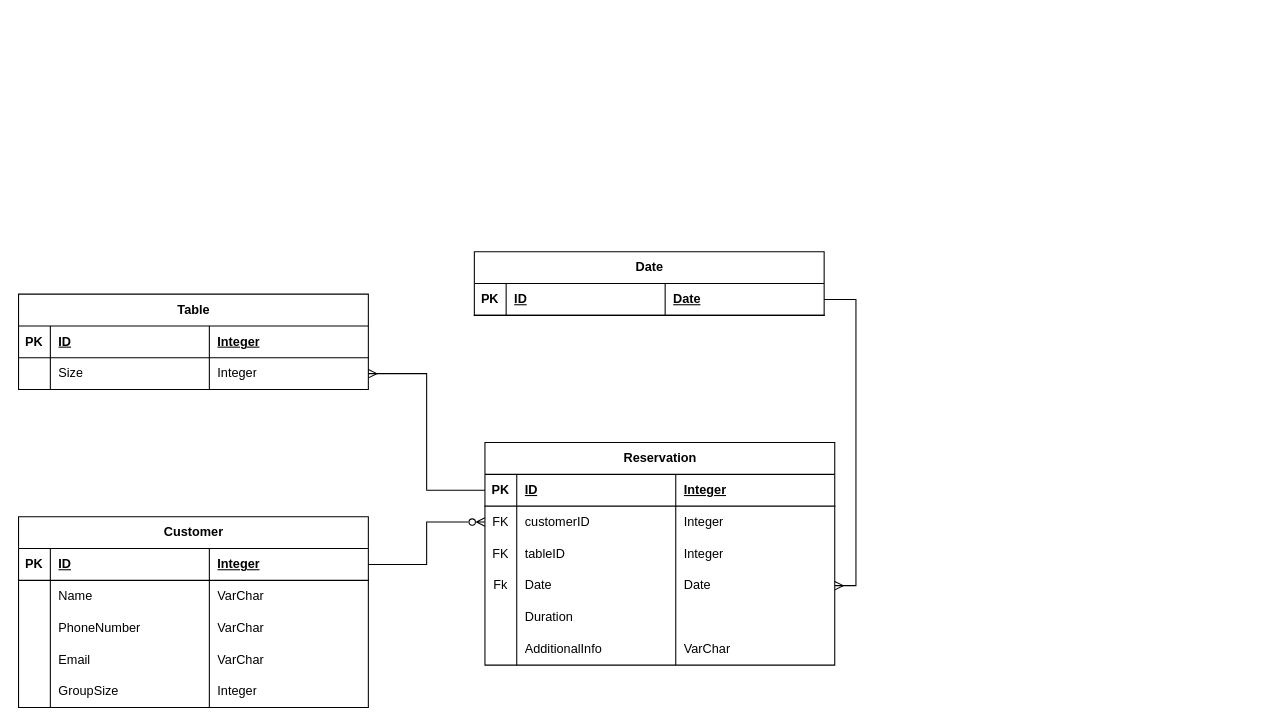
Earlier version of the draw.io diagram RestaurantCore.drawio (boolean-uk/java-data-modelling). Source tidied: cells renumbered, new cells numbered last; positions are measured from the earlier drawing's top-left corner, leaving out a move shared by most shapes. Both pictures are drawn from the tidied source at 106%, with x=0, y=0 at pixel (18, 251).
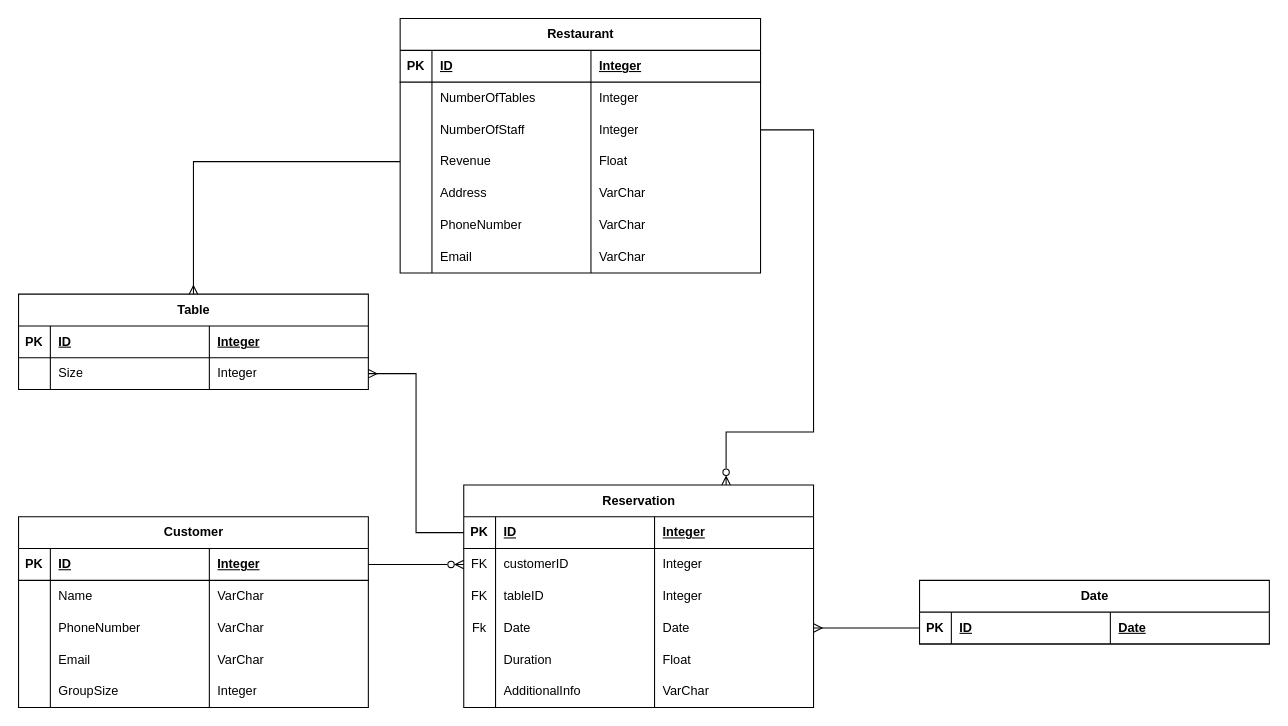
The same page after the edit.

The change refers to these unchanged cells:
```xml
<mxCell id="2" value="Table" style="shape=table;startSize=30;childLayout=tableLayout;rowLines=0;fontStyle=1;align=center;html=1;" parent="1" vertex="1">
  <mxGeometry y="40" width="330" height="90" as="geometry" />
</mxCell>
<mxCell id="33" style="shape=tableRow;horizontal=0;startSize=0;swimlaneHead=0;swimlaneBody=0;fillColor=none;points=[[0,0.5],[1,0.5]];portConstraint=eastwest;top=0;left=0;right=0;bottom=1;" parent="32" vertex="1">
  <mxGeometry y="30" width="330" height="30" as="geometry" />
</mxCell>
<mxCell id="50" style="shape=tableRow;horizontal=0;startSize=0;swimlaneHead=0;swimlaneBody=0;fillColor=none;points=[[0,0.5],[1,0.5]];portConstraint=eastwest;top=0;left=0;right=0;bottom=0;" parent="37" vertex="1">
  <mxGeometry y="120" width="330" height="30" as="geometry" />
</mxCell>
<mxCell id="54" style="shape=tableRow;horizontal=0;startSize=0;swimlaneHead=0;swimlaneBody=0;fillColor=none;top=0;left=0;right=0;bottom=0;" parent="37" vertex="1">
  <mxGeometry y="150" width="330" height="30" as="geometry" />
</mxCell>
```

The edit, as a diff of the source:
```diff
@@
     <mxCell id="32" value="Date" style="shape=table;startSize=30;childLayout=tableLayout;rowLines=0;fontStyle=1;align=center;html=1;" parent="1" vertex="1">
-      <mxGeometry x="430" width="330" height="60" as="geometry" />
+      <mxGeometry x="850" y="310" width="330" height="60" as="geometry" />
     </mxCell>
@@
     <mxCell id="37" value="Reservation" style="shape=table;startSize=30;childLayout=tableLayout;rowLines=0;fontStyle=1;align=center;html=1;" parent="1" vertex="1">
-      <mxGeometry x="440" y="180" width="330" height="210" as="geometry" />
+      <mxGeometry x="420" y="220" width="330" height="210" as="geometry" />
     </mxCell>
@@
-    <mxCell id="57" style="shape=partialRectangle;fillColor=none;top=0;left=0;bottom=0;right=0;align=left;spacingLeft=6;overflow=hidden;whiteSpace=wrap;html=1;" parent="54" vertex="1">
+    <mxCell id="57" value="Float" style="shape=partialRectangle;fillColor=none;top=0;left=0;bottom=0;right=0;align=left;spacingLeft=6;overflow=hidden;whiteSpace=wrap;html=1;" parent="54" vertex="1">
       <mxGeometry x="180" width="150" height="30" as="geometry" />
     </mxCell>
@@
-    <mxCell id="64" style="edgeStyle=orthogonalEdgeStyle;rounded=0;jettySize=auto;html=1;exitX=1;exitY=0.5;exitDx=0;exitDy=0;entryX=1;entryY=0.5;entryDx=0;entryDy=0;endArrow=ERmany;endFill=0;" parent="1" edge="1" source="33" target="50">
+    <mxCell id="64" style="edgeStyle=orthogonalEdgeStyle;rounded=0;jettySize=auto;html=1;entryX=1;entryY=0.5;entryDx=0;entryDy=0;endArrow=ERmany;endFill=0;" parent="1" edge="1" source="33" target="50">
       <mxGeometry relative="1" as="geometry" />
     </mxCell>
+    <mxCell id="65" value="Restaurant" style="shape=table;startSize=30;childLayout=tableLayout;rowLines=0;fontStyle=1;align=center;html=1;" parent="1" vertex="1">
+      <mxGeometry x="360" y="-220" width="340" height="240" as="geometry" />
+    </mxCell>
+    <mxCell id="66" style="shape=tableRow;horizontal=0;startSize=0;swimlaneHead=0;swimlaneBody=0;fillColor=none;top=0;left=0;right=0;bottom=1;" parent="65" vertex="1">
+      <mxGeometry y="30" width="340" height="30" as="geometry" />
+    </mxCell>
+    <mxCell id="67" value="PK" style="shape=partialRectangle;fillColor=none;top=0;left=0;bottom=0;right=0;fontStyle=1;overflow=hidden;whiteSpace=wrap;html=1;" parent="66" vertex="1">
+      <mxGeometry width="30" height="30" as="geometry" />
+    </mxCell>
+    <mxCell id="68" value="ID" style="shape=partialRectangle;fillColor=none;top=0;left=0;bottom=0;right=0;align=left;spacingLeft=6;fontStyle=5;overflow=hidden;whiteSpace=wrap;html=1;" parent="66" vertex="1">
+      <mxGeometry x="30" width="150" height="30" as="geometry" />
+    </mxCell>
+    <mxCell id="69" value="Integer" style="shape=partialRectangle;fillColor=none;top=0;left=0;bottom=0;right=0;align=left;spacingLeft=6;fontStyle=5;overflow=hidden;whiteSpace=wrap;html=1;" parent="66" vertex="1">
+      <mxGeometry x="180" width="160" height="30" as="geometry" />
+    </mxCell>
+    <mxCell id="70" style="shape=tableRow;horizontal=0;startSize=0;swimlaneHead=0;swimlaneBody=0;fillColor=none;top=0;left=0;right=0;bottom=0;" parent="65" vertex="1">
+      <mxGeometry y="60" width="340" height="30" as="geometry" />
+    </mxCell>
+    <mxCell id="71" style="shape=partialRectangle;fillColor=none;top=0;left=0;bottom=0;right=0;overflow=hidden;whiteSpace=wrap;html=1;" parent="70" vertex="1">
+      <mxGeometry width="30" height="30" as="geometry" />
+    </mxCell>
+    <mxCell id="72" value="NumberOfTables" style="shape=partialRectangle;fillColor=none;top=0;left=0;bottom=0;right=0;align=left;spacingLeft=6;overflow=hidden;whiteSpace=wrap;html=1;" parent="70" vertex="1">
+      <mxGeometry x="30" width="150" height="30" as="geometry" />
+    </mxCell>
+    <mxCell id="73" value="Integer" style="shape=partialRectangle;fillColor=none;top=0;left=0;bottom=0;right=0;align=left;spacingLeft=6;overflow=hidden;whiteSpace=wrap;html=1;" parent="70" vertex="1">
+      <mxGeometry x="180" width="160" height="30" as="geometry" />
+    </mxCell>
+    <mxCell id="74" style="shape=tableRow;horizontal=0;startSize=0;swimlaneHead=0;swimlaneBody=0;fillColor=none;points=[[0,0.5],[1,0.5]];portConstraint=eastwest;top=0;left=0;right=0;bottom=0;" parent="65" vertex="1">
+      <mxGeometry y="90" width="340" height="30" as="geometry" />
+    </mxCell>
+    <mxCell id="75" style="shape=partialRectangle;fillColor=none;top=0;left=0;bottom=0;right=0;overflow=hidden;whiteSpace=wrap;html=1;" parent="74" vertex="1">
+      <mxGeometry width="30" height="30" as="geometry" />
+    </mxCell>
+    <mxCell id="76" value="NumberOfStaff" style="shape=partialRectangle;fillColor=none;top=0;left=0;bottom=0;right=0;align=left;spacingLeft=6;overflow=hidden;whiteSpace=wrap;html=1;" parent="74" vertex="1">
+      <mxGeometry x="30" width="150" height="30" as="geometry" />
+    </mxCell>
+    <mxCell id="77" value="Integer" style="shape=partialRectangle;fillColor=none;top=0;left=0;bottom=0;right=0;align=left;spacingLeft=6;overflow=hidden;whiteSpace=wrap;html=1;" parent="74" vertex="1">
+      <mxGeometry x="180" width="160" height="30" as="geometry" />
+    </mxCell>
+    <mxCell id="78" style="shape=tableRow;horizontal=0;startSize=0;swimlaneHead=0;swimlaneBody=0;fillColor=none;points=[[0,0.5],[1,0.5]];portConstraint=eastwest;top=0;left=0;right=0;bottom=0;" parent="65" vertex="1">
+      <mxGeometry y="120" width="340" height="30" as="geometry" />
+    </mxCell>
+    <mxCell id="79" style="shape=partialRectangle;fillColor=none;top=0;left=0;bottom=0;right=0;overflow=hidden;whiteSpace=wrap;html=1;" parent="78" vertex="1">
+      <mxGeometry width="30" height="30" as="geometry" />
+    </mxCell>
+    <mxCell id="80" value="Revenue" style="shape=partialRectangle;fillColor=none;top=0;left=0;bottom=0;right=0;align=left;spacingLeft=6;overflow=hidden;whiteSpace=wrap;html=1;" parent="78" vertex="1">
+      <mxGeometry x="30" width="150" height="30" as="geometry" />
+    </mxCell>
+    <mxCell id="81" value="Float" style="shape=partialRectangle;fillColor=none;top=0;left=0;bottom=0;right=0;align=left;spacingLeft=6;overflow=hidden;whiteSpace=wrap;html=1;" parent="78" vertex="1">
+      <mxGeometry x="180" width="160" height="30" as="geometry" />
+    </mxCell>
+    <mxCell id="82" style="shape=tableRow;horizontal=0;startSize=0;swimlaneHead=0;swimlaneBody=0;fillColor=none;top=0;left=0;right=0;bottom=0;" parent="65" vertex="1">
+      <mxGeometry y="150" width="340" height="30" as="geometry" />
+    </mxCell>
+    <mxCell id="83" style="shape=partialRectangle;fillColor=none;top=0;left=0;bottom=0;right=0;overflow=hidden;whiteSpace=wrap;html=1;" parent="82" vertex="1">
+      <mxGeometry width="30" height="30" as="geometry" />
+    </mxCell>
+    <mxCell id="84" value="Address" style="shape=partialRectangle;fillColor=none;top=0;left=0;bottom=0;right=0;align=left;spacingLeft=6;overflow=hidden;whiteSpace=wrap;html=1;" parent="82" vertex="1">
+      <mxGeometry x="30" width="150" height="30" as="geometry" />
+    </mxCell>
+    <mxCell id="85" value="VarChar" style="shape=partialRectangle;fillColor=none;top=0;left=0;bottom=0;right=0;align=left;spacingLeft=6;overflow=hidden;whiteSpace=wrap;html=1;" parent="82" vertex="1">
+      <mxGeometry x="180" width="160" height="30" as="geometry" />
+    </mxCell>
+    <mxCell id="86" style="shape=tableRow;horizontal=0;startSize=0;swimlaneHead=0;swimlaneBody=0;fillColor=none;top=0;left=0;right=0;bottom=0;" parent="65" vertex="1">
+      <mxGeometry y="180" width="340" height="30" as="geometry" />
+    </mxCell>
+    <mxCell id="87" style="shape=partialRectangle;fillColor=none;top=0;left=0;bottom=0;right=0;overflow=hidden;whiteSpace=wrap;html=1;" parent="86" vertex="1">
+      <mxGeometry width="30" height="30" as="geometry" />
+    </mxCell>
+    <mxCell id="88" value="PhoneNumber" style="shape=partialRectangle;fillColor=none;top=0;left=0;bottom=0;right=0;align=left;spacingLeft=6;overflow=hidden;whiteSpace=wrap;html=1;" parent="86" vertex="1">
+      <mxGeometry x="30" width="150" height="30" as="geometry" />
+    </mxCell>
+    <mxCell id="89" value="VarChar" style="shape=partialRectangle;fillColor=none;top=0;left=0;bottom=0;right=0;align=left;spacingLeft=6;overflow=hidden;whiteSpace=wrap;html=1;" parent="86" vertex="1">
+      <mxGeometry x="180" width="160" height="30" as="geometry" />
+    </mxCell>
+    <mxCell id="90" style="shape=tableRow;horizontal=0;startSize=0;swimlaneHead=0;swimlaneBody=0;fillColor=none;top=0;left=0;right=0;bottom=0;" parent="65" vertex="1">
+      <mxGeometry y="210" width="340" height="30" as="geometry" />
+    </mxCell>
+    <mxCell id="91" style="shape=partialRectangle;fillColor=none;top=0;left=0;bottom=0;right=0;overflow=hidden;whiteSpace=wrap;html=1;" parent="90" vertex="1">
+      <mxGeometry width="30" height="30" as="geometry" />
+    </mxCell>
+    <mxCell id="92" value="Email" style="shape=partialRectangle;fillColor=none;top=0;left=0;bottom=0;right=0;align=left;spacingLeft=6;overflow=hidden;whiteSpace=wrap;html=1;" parent="90" vertex="1">
+      <mxGeometry x="30" width="150" height="30" as="geometry" />
+    </mxCell>
+    <mxCell id="93" value="VarChar" style="shape=partialRectangle;fillColor=none;top=0;left=0;bottom=0;right=0;align=left;spacingLeft=6;overflow=hidden;whiteSpace=wrap;html=1;" parent="90" vertex="1">
+      <mxGeometry x="180" width="160" height="30" as="geometry" />
+    </mxCell>
+    <mxCell id="94" style="edgeStyle=orthogonalEdgeStyle;rounded=0;jettySize=auto;html=1;exitX=0;exitY=0.5;exitDx=0;exitDy=0;entryX=0.5;entryY=0;entryDx=0;entryDy=0;endArrow=ERmany;endFill=0;" parent="1" edge="1" source="78" target="2">
+      <mxGeometry relative="1" as="geometry" />
+    </mxCell>
+    <mxCell id="95" style="edgeStyle=orthogonalEdgeStyle;rounded=0;jettySize=auto;html=1;exitX=0.75;exitY=0;exitDx=0;exitDy=0;endArrow=none;endFill=0;startArrow=ERzeroToMany;startFill=0;entryX=1;entryY=0.5;entryDx=0;entryDy=0;" parent="1" edge="1" source="37" target="74">
+      <mxGeometry relative="1" as="geometry">
+        <Array as="points">
+          <mxPoint x="668" y="170" />
+          <mxPoint x="750" y="170" />
+          <mxPoint x="750" y="-115" />
+        </Array>
+      </mxGeometry>
+    </mxCell>
```
